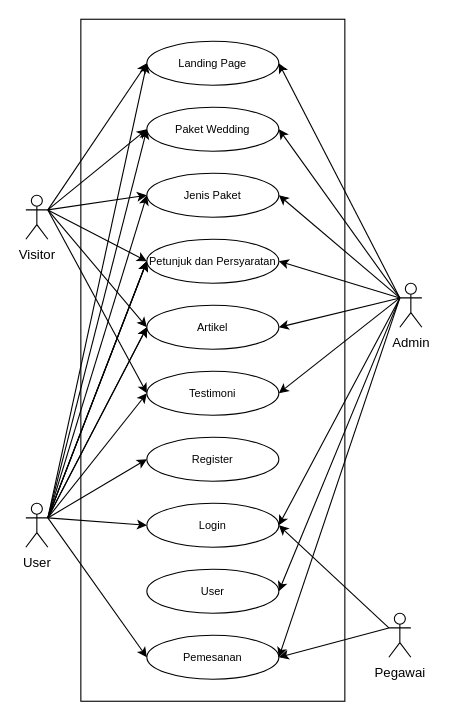
This is diagram/usecase/Use Case Keseluruhan.drawio from wepro-v/asset, a draw.io file, before an edit. Source tidied: cells renumbered, new cells numbered last; positions are measured from the earlier drawing's top-left corner, leaving out a move shared by most shapes. Both pictures are drawn from the tidied source at 110%, with x=0, y=0 at pixel (25, 19).
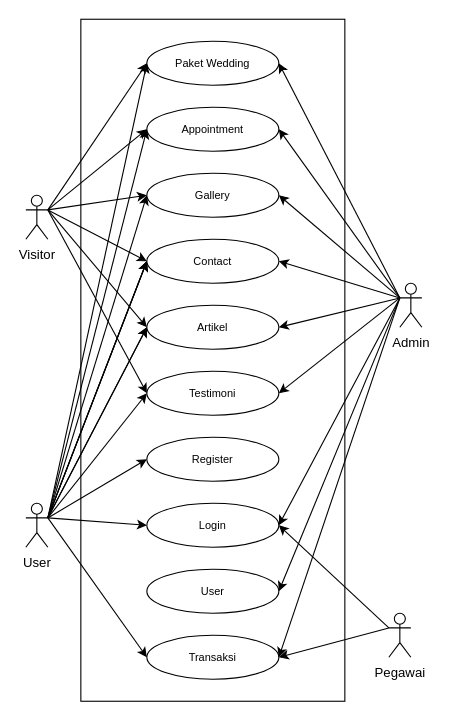
After the change.

Diff of the diagram source:
```diff
@@
-    <mxCell id="4" value="&lt;font style=&quot;font-size: 10px;&quot;&gt;Landing Page&lt;/font&gt;" style="ellipse;whiteSpace=wrap;html=1;" parent="1" vertex="1">
+    <mxCell id="4" value="&lt;font style=&quot;font-size: 10px;&quot;&gt;Paket Wedding&lt;/font&gt;" style="ellipse;whiteSpace=wrap;html=1;" parent="1" vertex="1">
       <mxGeometry x="110" y="20" width="120" height="40" as="geometry" />
     </mxCell>
-    <mxCell id="5" value="&lt;font style=&quot;font-size: 10px;&quot;&gt;Paket Wedding&lt;/font&gt;" style="ellipse;whiteSpace=wrap;html=1;" parent="1" vertex="1">
+    <mxCell id="5" value="&lt;font style=&quot;font-size: 10px;&quot;&gt;Appointment&lt;/font&gt;" style="ellipse;whiteSpace=wrap;html=1;" parent="1" vertex="1">
       <mxGeometry x="110" y="80" width="120" height="40" as="geometry" />
     </mxCell>
-    <mxCell id="6" value="&lt;font style=&quot;font-size: 10px;&quot;&gt;Jenis Paket&lt;/font&gt;" style="ellipse;whiteSpace=wrap;html=1;" parent="1" vertex="1">
+    <mxCell id="6" value="&lt;font style=&quot;font-size: 10px;&quot;&gt;Gallery&lt;/font&gt;" style="ellipse;whiteSpace=wrap;html=1;" parent="1" vertex="1">
       <mxGeometry x="110" y="140" width="120" height="40" as="geometry" />
     </mxCell>
@@
-    <mxCell id="8" value="&lt;font style=&quot;font-size: 10px;&quot;&gt;Petunjuk dan Persyaratan&lt;/font&gt;" style="ellipse;whiteSpace=wrap;html=1;" parent="1" vertex="1">
+    <mxCell id="8" value="&lt;font style=&quot;font-size: 10px;&quot;&gt;Contact&lt;/font&gt;" style="ellipse;whiteSpace=wrap;html=1;" parent="1" vertex="1">
       <mxGeometry x="110" y="200" width="120" height="40" as="geometry" />
     </mxCell>
@@
-    <mxCell id="19" value="&lt;font style=&quot;font-size: 10px;&quot;&gt;Pemesanan&lt;/font&gt;" style="ellipse;whiteSpace=wrap;html=1;" parent="1" vertex="1">
+    <mxCell id="19" value="&lt;font style=&quot;font-size: 10px;&quot;&gt;Transaksi&lt;/font&gt;" style="ellipse;whiteSpace=wrap;html=1;" parent="1" vertex="1">
       <mxGeometry x="110" y="560" width="120" height="40" as="geometry" />
     </mxCell>
```
